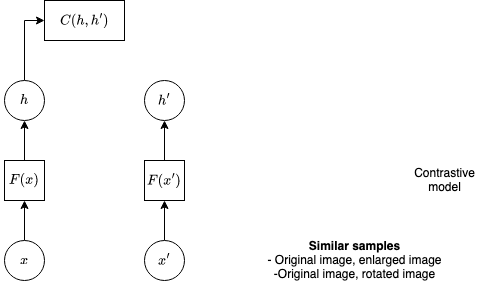
This is machine_learning/diagrams/contrastive_models.drawio.png from analytiq-hub/sigagent.github.io, a draw.io export, as it was before one commit. Source tidied: cells renumbered, new cells last; positions are measured from the earlier drawing's top-left corner, leaving out a move shared by most shapes.
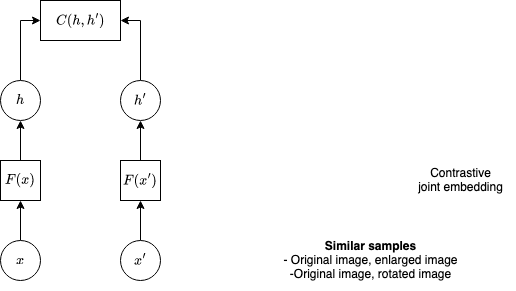
The same file after the commit.

The edit, as a diff of the source:
```diff
@@ -6,7 +6,7 @@
       <mxGeometry relative="1" as="geometry" />
     </mxCell>
     <mxCell id="3" value="$$x$$" style="ellipse;whiteSpace=wrap;html=1;" parent="1" vertex="1">
-      <mxGeometry y="240" width="40" height="40" as="geometry" />
+      <mxGeometry x="-20" y="240" width="40" height="40" as="geometry" />
     </mxCell>
     <mxCell id="4" style="edgeStyle=orthogonalEdgeStyle;rounded=0;orthogonalLoop=1;jettySize=auto;html=1;exitX=0.5;exitY=1;exitDx=0;exitDy=0;" parent="1" edge="1">
       <mxGeometry relative="1" as="geometry">
@@ -18,16 +18,16 @@
       <mxGeometry relative="1" as="geometry" />
     </mxCell>
     <mxCell id="6" value="&lt;div&gt;$$x'$$&lt;/div&gt;" style="ellipse;whiteSpace=wrap;html=1;" parent="1" vertex="1">
-      <mxGeometry x="140" y="240" width="40" height="40" as="geometry" />
+      <mxGeometry x="100" y="240" width="40" height="40" as="geometry" />
     </mxCell>
-    <mxCell id="7" value="&lt;div&gt;Contrastive&lt;/div&gt;&lt;div&gt;model&lt;br&gt;&lt;/div&gt;" style="text;html=1;align=center;verticalAlign=middle;strokeColor=none;fillColor=none;" parent="1" vertex="1">
-      <mxGeometry x="400" y="160" width="80" height="40" as="geometry" />
+    <mxCell id="7" value="&lt;div&gt;Contrastive&lt;/div&gt;&lt;div&gt;joint embedding&lt;br&gt;&lt;/div&gt;" style="text;html=1;align=center;verticalAlign=middle;strokeColor=none;fillColor=none;" parent="1" vertex="1">
+      <mxGeometry x="385" y="160" width="110" height="40" as="geometry" />
     </mxCell>
     <mxCell id="8" style="edgeStyle=orthogonalEdgeStyle;rounded=0;jettySize=auto;html=1;exitX=0.5;exitY=0;exitDx=0;exitDy=0;entryX=0.5;entryY=1;entryDx=0;entryDy=0;" parent="1" edge="1" source="9" target="12">
       <mxGeometry relative="1" as="geometry" />
     </mxCell>
     <mxCell id="9" value="$$F(x)$$" style="rounded=0;whiteSpace=wrap;html=1;" parent="1" vertex="1">
-      <mxGeometry y="160" width="40" height="40" as="geometry" />
+      <mxGeometry x="-20" y="160" width="40" height="40" as="geometry" />
     </mxCell>
     <mxCell id="10" style="edgeStyle=orthogonalEdgeStyle;rounded=0;jettySize=auto;html=1;exitX=0.5;exitY=0;exitDx=0;exitDy=0;entryX=0.5;entryY=1;entryDx=0;entryDy=0;" parent="1" edge="1" source="14" target="16">
       <mxGeometry relative="1" as="geometry" />
@@ -35,24 +35,27 @@
     <mxCell id="11" style="edgeStyle=orthogonalEdgeStyle;rounded=0;jettySize=auto;html=1;exitX=0.5;exitY=0;exitDx=0;exitDy=0;entryX=0;entryY=0.5;entryDx=0;entryDy=0;" parent="1" edge="1" source="12" target="13">
       <mxGeometry relative="1" as="geometry">
         <Array as="points">
-          <mxPoint x="20" y="20" />
+          <mxPoint y="20" />
         </Array>
       </mxGeometry>
     </mxCell>
     <mxCell id="12" value="$$h$$" style="ellipse;whiteSpace=wrap;html=1;" parent="1" vertex="1">
-      <mxGeometry y="80" width="40" height="40" as="geometry" />
+      <mxGeometry x="-20" y="80" width="40" height="40" as="geometry" />
     </mxCell>
     <mxCell id="13" value="$$C(h,h')$$" style="rounded=0;whiteSpace=wrap;html=1;" parent="1" vertex="1">
-      <mxGeometry x="40" width="80" height="40" as="geometry" />
+      <mxGeometry x="20" width="80" height="40" as="geometry" />
     </mxCell>
     <mxCell id="14" value="$$F(x')$$" style="rounded=0;whiteSpace=wrap;html=1;" parent="1" vertex="1">
-      <mxGeometry x="140" y="160" width="40" height="40" as="geometry" />
+      <mxGeometry x="100" y="160" width="40" height="40" as="geometry" />
     </mxCell>
     <mxCell id="15" value="&lt;div&gt;&lt;b&gt;Similar samples&lt;/b&gt;&lt;/div&gt;&lt;div&gt;- Original image, enlarged image&lt;/div&gt;&lt;div&gt;-Original image, rotated image&lt;br&gt;&lt;/div&gt;" style="text;html=1;align=center;verticalAlign=middle;strokeColor=none;fillColor=none;" parent="1" vertex="1">
       <mxGeometry x="250" y="230" width="200" height="60" as="geometry" />
     </mxCell>
+    <mxCell id="17" style="edgeStyle=orthogonalEdgeStyle;rounded=0;jettySize=auto;html=1;exitX=0.5;exitY=0;exitDx=0;exitDy=0;entryX=1;entryY=0.5;entryDx=0;entryDy=0;" parent="1" edge="1" source="16" target="13">
+      <mxGeometry relative="1" as="geometry" />
+    </mxCell>
     <mxCell id="16" value="$$h'$$" style="ellipse;whiteSpace=wrap;html=1;" parent="1" vertex="1">
-      <mxGeometry x="140" y="80" width="40" height="40" as="geometry" />
+      <mxGeometry x="100" y="80" width="40" height="40" as="geometry" />
     </mxCell>
   </root>
 </mxGraphModel>
```
